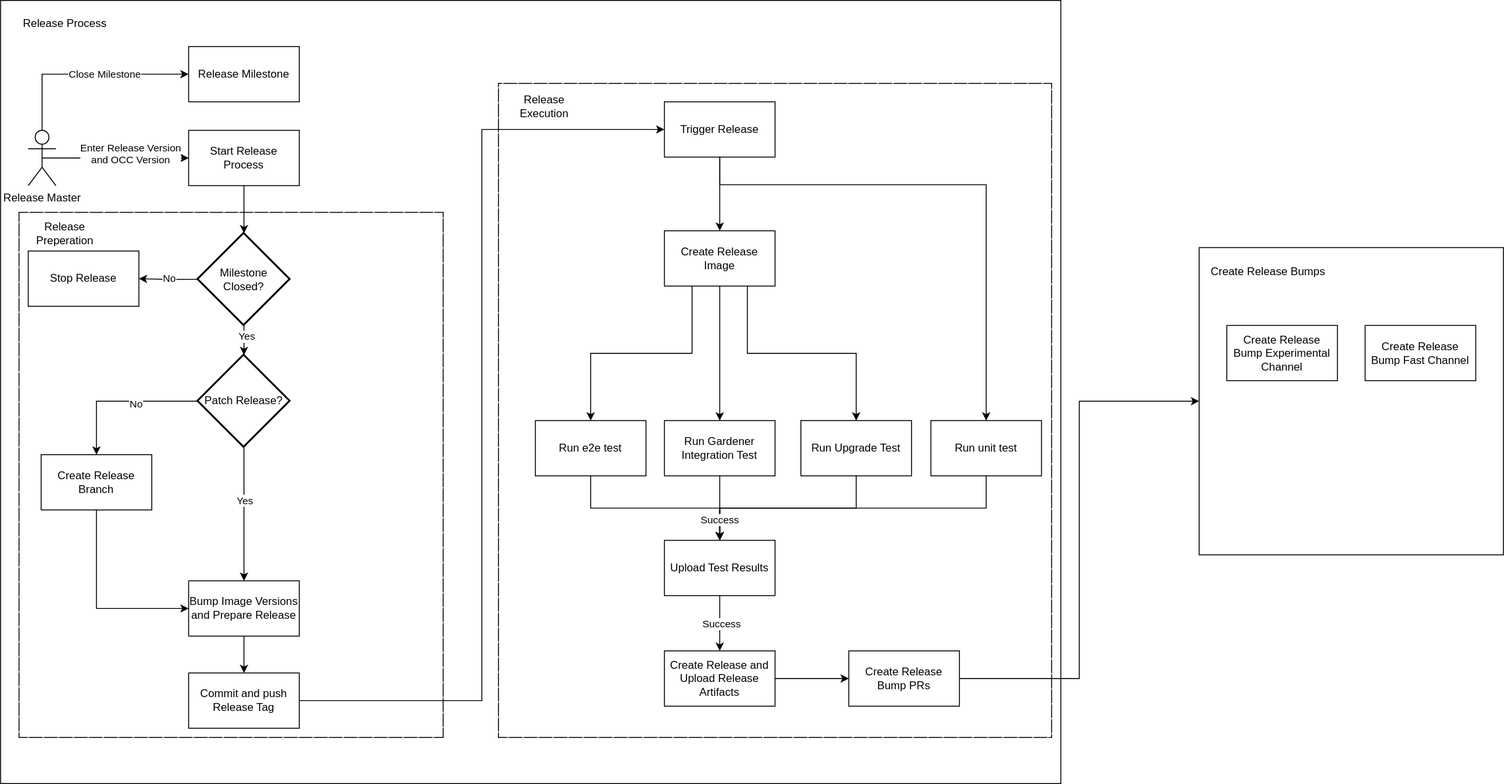
Earlier version of the draw.io export docs/contributor/assets/auditable-release-final.drawio.svg (kyma-project/telemetry-manager). Source tidied: cells renumbered, new cells last; positions are measured from the earlier drawing's top-left corner, leaving out a move shared by most shapes.
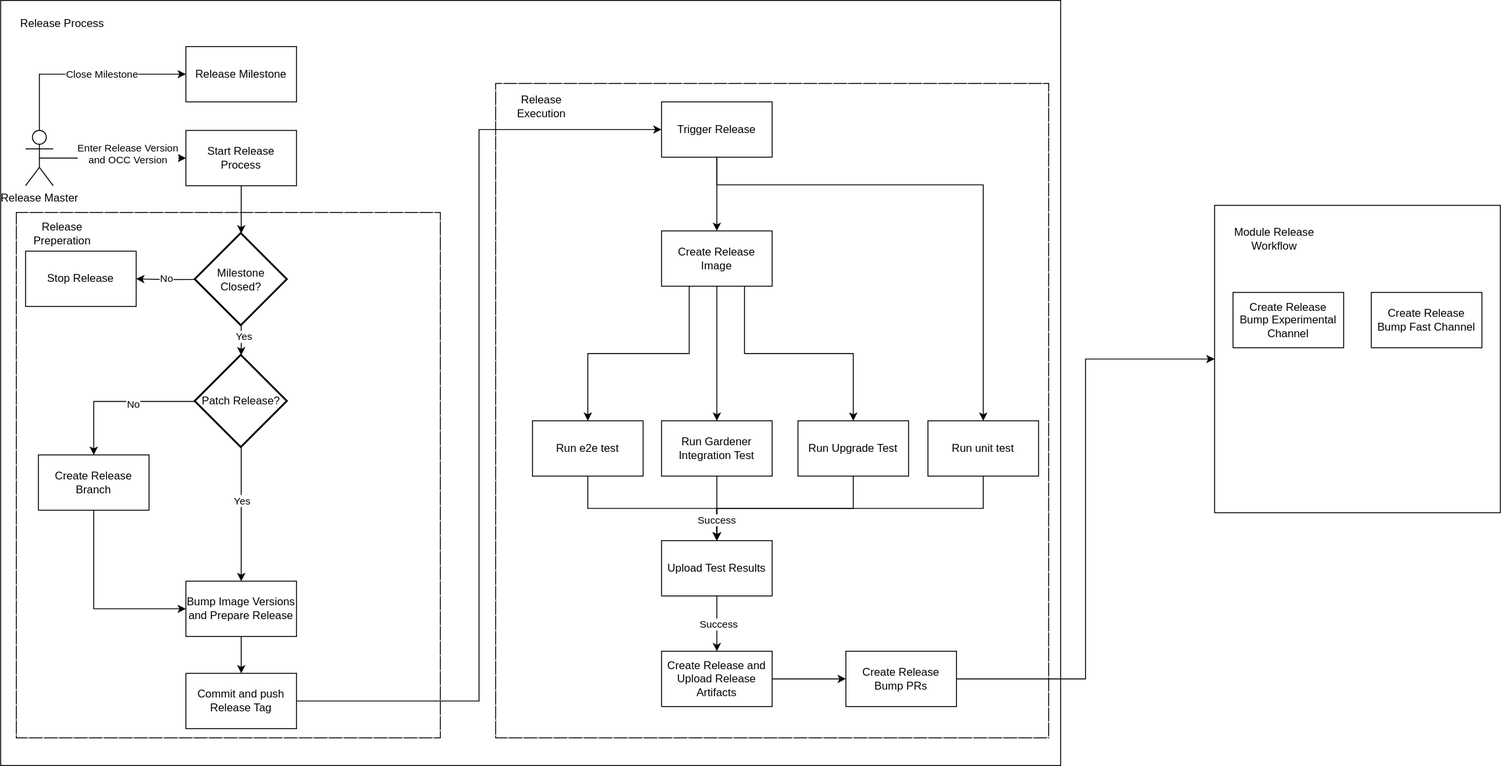
After the change.

What changed in the source:
```diff
@@ -9,7 +9,7 @@
       <mxGeometry x="20" y="230" width="460" height="570" as="geometry" />
     </mxCell>
     <mxCell id="4" style="rounded=0;whiteSpace=wrap;html=1;labelBackgroundColor=none;fillStyle=hatch;" parent="1" vertex="1">
-      <mxGeometry width="1150" height="850" as="geometry" />
+      <mxGeometry x="3" width="1150" height="830" as="geometry" />
     </mxCell>
     <mxCell id="5" style="edgeStyle=orthogonalEdgeStyle;rounded=0;jettySize=auto;html=1;" parent="1" edge="1" source="9" target="23">
       <mxGeometry relative="1" as="geometry" />
@@ -106,7 +106,7 @@
       <mxGeometry x="30" y="141" width="30" height="60" as="geometry" />
     </mxCell>
     <mxCell id="34" style="rounded=0;whiteSpace=wrap;html=1;labelBackgroundColor=none;fillStyle=hatch;" parent="1" vertex="1">
-      <mxGeometry x="1300" y="268.2" width="330" height="333.5" as="geometry" />
+      <mxGeometry x="1320" y="222.2" width="310" height="333.5" as="geometry" />
     </mxCell>
     <mxCell id="35" style="edgeStyle=orthogonalEdgeStyle;rounded=0;jettySize=auto;html=1;exitX=0;exitY=0.5;exitDx=0;exitDy=0;exitPerimeter=0;entryX=0.5;entryY=0;entryDx=0;entryDy=0;" parent="1" edge="1" source="39" target="28">
       <mxGeometry relative="1" as="geometry" />
@@ -133,13 +133,13 @@
       <mxGeometry x="868" y="456" width="120" height="60" as="geometry" />
     </mxCell>
     <mxCell id="43" value="Create Release Bump Experimental Channel" style="rounded=0;whiteSpace=wrap;html=1;" parent="1" vertex="1">
-      <mxGeometry x="1330" y="352.8" width="120" height="60" as="geometry" />
+      <mxGeometry x="1340" y="316.8" width="120" height="60" as="geometry" />
     </mxCell>
     <mxCell id="44" value="Create Release Bump Fast Channel" style="rounded=0;whiteSpace=wrap;html=1;" parent="1" vertex="1">
-      <mxGeometry x="1480" y="352.8" width="120" height="60" as="geometry" />
+      <mxGeometry x="1490" y="316.8" width="120" height="60" as="geometry" />
     </mxCell>
-    <mxCell id="45" value="Create Release Bumps" style="text;html=1;whiteSpace=wrap;strokeColor=none;fillColor=none;align=center;verticalAlign=middle;rounded=0;" parent="1" vertex="1">
-      <mxGeometry x="1310" y="280" width="130" height="30" as="geometry" />
+    <mxCell id="45" value="Module Release Workflow" style="text;html=1;whiteSpace=wrap;strokeColor=none;fillColor=none;align=center;verticalAlign=middle;rounded=0;" parent="1" vertex="1">
+      <mxGeometry x="1320" y="244" width="130" height="30" as="geometry" />
     </mxCell>
     <mxCell id="46" value="Release Milestone" style="rounded=0;whiteSpace=wrap;html=1;" parent="1" vertex="1">
       <mxGeometry x="204" y="50" width="120" height="60" as="geometry" />
```
